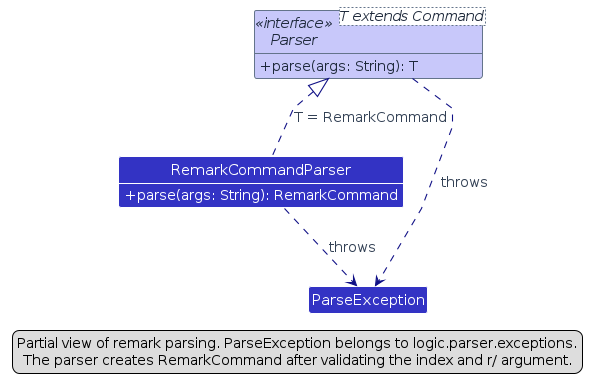
This is diagrams/add-remark/ParserClass.png from AY2627S1-CS2103T-T17-2/tp, a PlantUML export, as it was before one commit. Its source is kept beside it as diagrams/add-remark/ParserClass.puml. Source of this version:
```plantuml
@startuml
!include ../style.puml
skinparam ArrowFontStyle plain
skinparam linetype polyline
skinparam arrowColor LOGIC_COLOR_T4
skinparam classBackgroundColor LOGIC_COLOR
show members
hide empty members
interface "Parser<T extends Command>" as Parser <<interface>> LOGIC_COLOR_T1 {
    +parse(args: String): T
}
class RemarkCommandParser {
    +parse(args: String): RemarkCommand
}
class ParseException
RemarkCommandParser .up.|> Parser : T = RemarkCommand
Parser ..> ParseException : throws
RemarkCommandParser ..> ParseException : throws
legend bottom
  Partial view of remark parsing. ParseException belongs to logic.parser.exceptions.
  The parser creates RemarkCommand after validating the index and r/ argument.
endlegend
@enduml
```
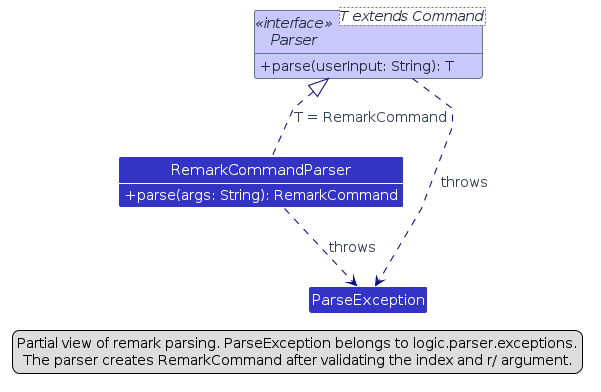
The same diagram one commit later.

What changed in the source:
```diff
@@ -7,7 +7,7 @@
 show members
 hide empty members
 interface "Parser<T extends Command>" as Parser <<interface>> LOGIC_COLOR_T1 {
-    +parse(args: String): T
+    +parse(userInput: String): T
 }
 class RemarkCommandParser {
     +parse(args: String): RemarkCommand
```
